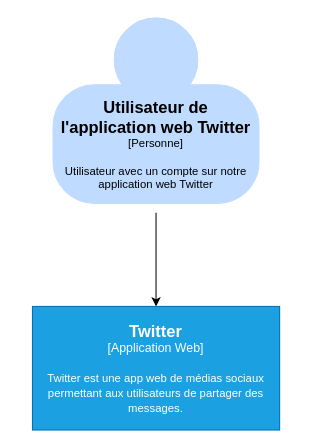
Above: page "Context" (1 of 4) of Project_API_Twitter.drawio in Muking3/Project_API_Twitter (draw.io), before the change. Source tidied: cells renumbered, new cells numbered last; positions are measured from the earlier drawing's top-left corner, leaving out a move shared by most shapes. Both pictures are drawn from the tidied source at 103%, with x=0, y=0 at pixel (32, 18).
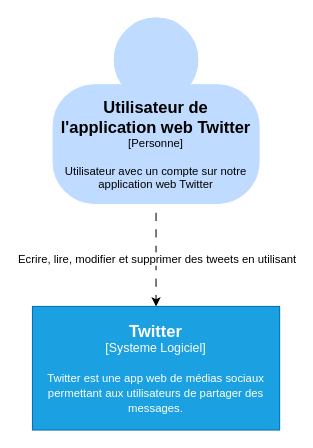
The same diagram, later.

The edit, as a diff of the source:
```diff
@@
 <mxGraphModel>
   <root>
     <mxCell id="0" />
     <mxCell id="1" parent="0" />
-    <mxCell id="2" style="edgeStyle=orthogonalEdgeStyle;rounded=0;jettySize=auto;html=1;" parent="1" edge="1" source="3" target="4">
+    <mxCell id="2" style="edgeStyle=orthogonalEdgeStyle;rounded=0;jettySize=auto;html=1;dashed=1;dashPattern=8 8;" parent="1" edge="1" source="3" target="4">
       <mxGeometry relative="1" as="geometry" />
     </mxCell>
+    <mxCell id="5" value="Ecrire, lire, modifier et supprimer des tweets en utilisant" style="edgeLabel;html=1;align=center;verticalAlign=middle;" parent="2" vertex="1">
+      <mxGeometry x="-0.03" relative="1" as="geometry" />
+    </mxCell>
     <object id="3" label="&lt;font style=&quot;font-size: 16px&quot;&gt;&lt;b&gt;%c4Name%&lt;/b&gt;&lt;/font&gt;&lt;div&gt;[%c4Type%]&lt;/div&gt;&lt;br&gt;&lt;div&gt;&lt;font style=&quot;font-size: 11px&quot;&gt;&lt;font&gt;%c4Description%&lt;/font&gt;&lt;/font&gt;&lt;/div&gt;" c4Description="Utilisateur avec un compte sur notre application web Twitter" c4Name="Utilisateur de l'application web Twitter" c4Type="Personne" placeholders="1">
       <mxCell style="html=1;fontSize=11;dashed=0;whiteSpace=wrap;shape=mxgraph.c4.person2;align=center;points=[[0.5,0,0],[1,0.5,0],[1,0.75,0],[0.75,1,0],[0.5,1,0],[0.25,1,0],[0,0.75,0],[0,0.5,0]];strokeColor=#BFDBFF;fillColor=#BFDBFF;fontColor=#000000;perimeterSpacing=9;" parent="1" vertex="1">
         <mxGeometry x="20" width="200" height="180" as="geometry" />
       </mxCell>
     </object>
-    <object id="4" label="&lt;font style=&quot;font-size: 16px&quot;&gt;&lt;b&gt;%c4Name%&lt;/b&gt;&lt;/font&gt;&lt;div&gt;[%c4Type%]&lt;/div&gt;&lt;br&gt;&lt;div&gt;&lt;font style=&quot;font-size: 11px&quot;&gt;&lt;font&gt;%c4Description%&lt;/font&gt;&lt;/font&gt;&lt;/div&gt;" c4Description="Twitter est une app web de médias sociaux permettant aux utilisateurs de partager des messages.&#10;" c4Name="Twitter" c4Type="Application Web" placeholders="1">
+    <object id="4" label="&lt;font style=&quot;font-size: 16px&quot;&gt;&lt;b&gt;%c4Name%&lt;/b&gt;&lt;/font&gt;&lt;div&gt;[%c4Type%]&lt;/div&gt;&lt;br&gt;&lt;div&gt;&lt;font style=&quot;font-size: 11px&quot;&gt;&lt;font&gt;%c4Description%&lt;/font&gt;&lt;/font&gt;&lt;/div&gt;" c4Description="Twitter est une app web de médias sociaux permettant aux utilisateurs de partager des messages.&#10;" c4Name="Twitter" c4Type="Systeme Logiciel" placeholders="1">
       <mxCell style="rounded=1;whiteSpace=wrap;html=1;labelBackgroundColor=none;fillColor=#1ba1e2;fontColor=#FFFFFF;align=center;arcSize=0;strokeColor=#006EAF;points=[[0.25,0,0],[0.5,0,0],[0.75,0,0],[1,0.25,0],[1,0.5,0],[1,0.75,0],[0.75,1,0],[0.5,1,0],[0.25,1,0],[0,0.75,0],[0,0.5,0],[0,0.25,0]];" parent="1" vertex="1">
         <mxGeometry y="280" width="240" height="120" as="geometry" />
       </mxCell>
     </object>
   </root>
 </mxGraphModel>
```
